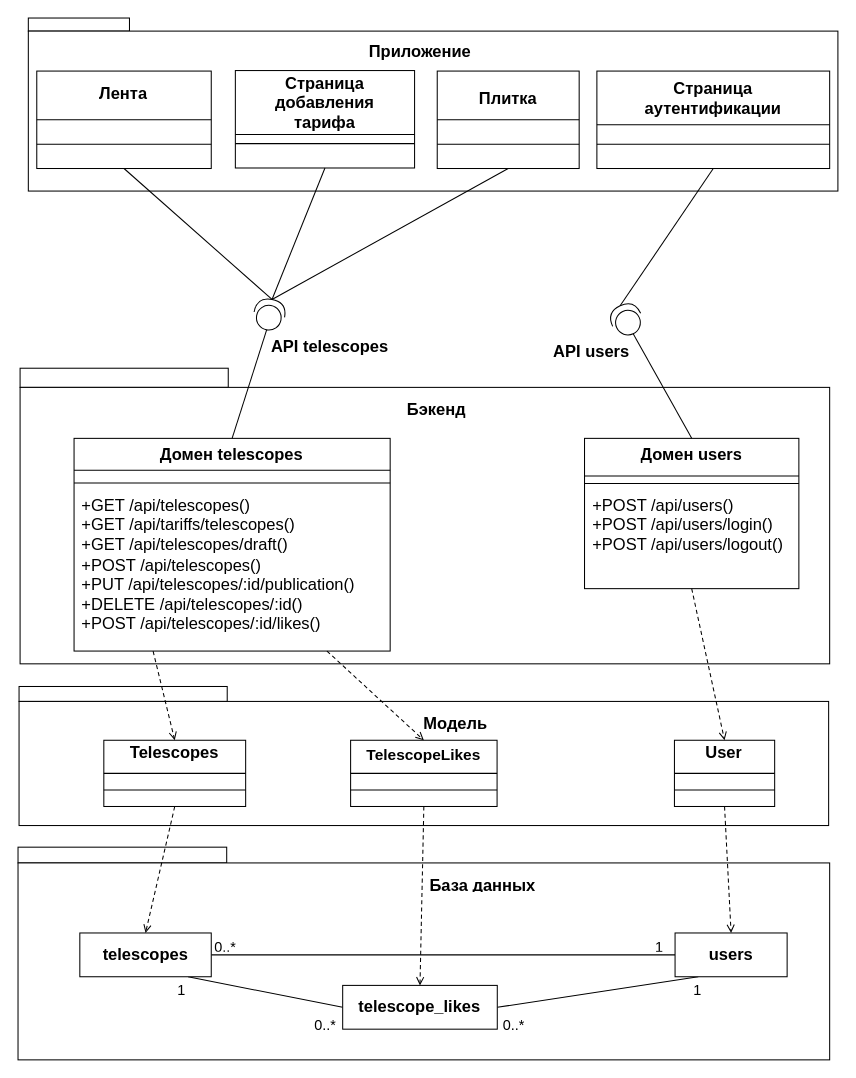
telekolia/exoplanet-mass-definition-frontend keeps this draw.io diagram as page "UML" (2 of 2) of diagrams.drawio. Above is the earlier version. Source tidied: cells renumbered, new cells numbered last; positions are measured from the earlier drawing's top-left corner, leaving out a move shared by most shapes. Both pictures are drawn from the tidied source at 103%, with x=0, y=0 at pixel (18, 18).
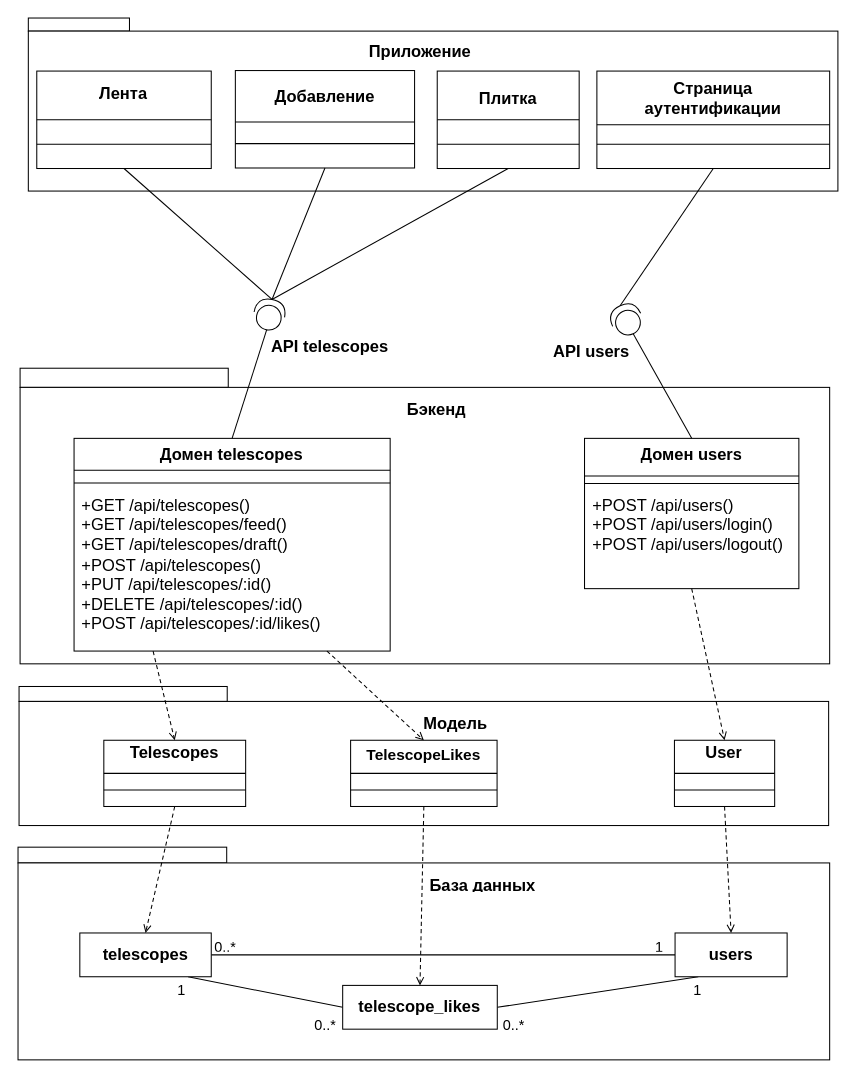
Above is the later version.

Unchanged cells that the change refers to:
```xml
<mxCell id="11" style="rounded=0;whiteSpace=wrap;html=0;fillColor=#FFFFFF;strokeColor=#000000;strokeWidth=1;fontFamily=Arial;fontColor=#000000;shadow=0;" parent="4" vertex="1">
  <mxGeometry x="201" y="51" width="174" height="94.6" as="geometry" />
</mxCell>
<mxCell id="78" style="rounded=0;whiteSpace=wrap;html=0;fillColor=#FFFFFF;strokeColor=#000000;strokeWidth=1;fontFamily=Arial;fontColor=#000000;shadow=0;" parent="75" vertex="1">
  <mxGeometry x="52.4" y="68.1" width="306.9" height="206.5" as="geometry" />
</mxCell>
```

Diff of the diagram source:
```diff
@@
-    <mxCell id="12" value="Страница добавления&#10;тарифа" style="text;html=0;whiteSpace=wrap;overflow=hidden;fillColor=none;strokeColor=none;fontFamily=Arial;fontColor=#000000;fontSize=16;fontStyle=1;align=center;verticalAlign=middle;" parent="11" vertex="1">
-      <mxGeometry width="174" height="62" as="geometry" />
+    <mxCell id="12" value="Добавление" style="text;html=0;whiteSpace=wrap;overflow=hidden;fillColor=none;strokeColor=none;fontFamily=Arial;fontColor=#000000;fontSize=16;fontStyle=1;align=center;verticalAlign=middle;" parent="11" vertex="1">
+      <mxGeometry width="174" height="50" as="geometry" />
     </mxCell>
@@
-    <mxCell id="82" value="+GET /api/telescopes()&#10;+GET /api/tariffs/telescopes()&#10;+GET /api/telescopes/draft()&#10;+POST /api/telescopes()&#10;+PUT /api/telescopes/:id/publication()&#10;+DELETE /api/telescopes/:id()&#10;+POST /api/telescopes/:id/likes()" style="text;html=0;whiteSpace=wrap;overflow=hidden;fillColor=none;strokeColor=none;fontFamily=Arial;fontColor=#000000;fontSize=16;align=left;verticalAlign=top;spacingLeft=6;spacingTop=5;" parent="78" vertex="1">
+    <mxCell id="82" value="+GET /api/telescopes()&#10;+GET /api/telescopes/feed()&#10;+GET /api/telescopes/draft()&#10;+POST /api/telescopes()&#10;+PUT /api/telescopes/:id()&#10;+DELETE /api/telescopes/:id()&#10;+POST /api/telescopes/:id/likes()" style="text;html=0;whiteSpace=wrap;overflow=hidden;fillColor=none;strokeColor=none;fontFamily=Arial;fontColor=#000000;fontSize=16;align=left;verticalAlign=top;spacingLeft=6;spacingTop=5;" parent="78" vertex="1">
       <mxGeometry y="43.4" width="306.9" height="163.1" as="geometry" />
     </mxCell>
```
